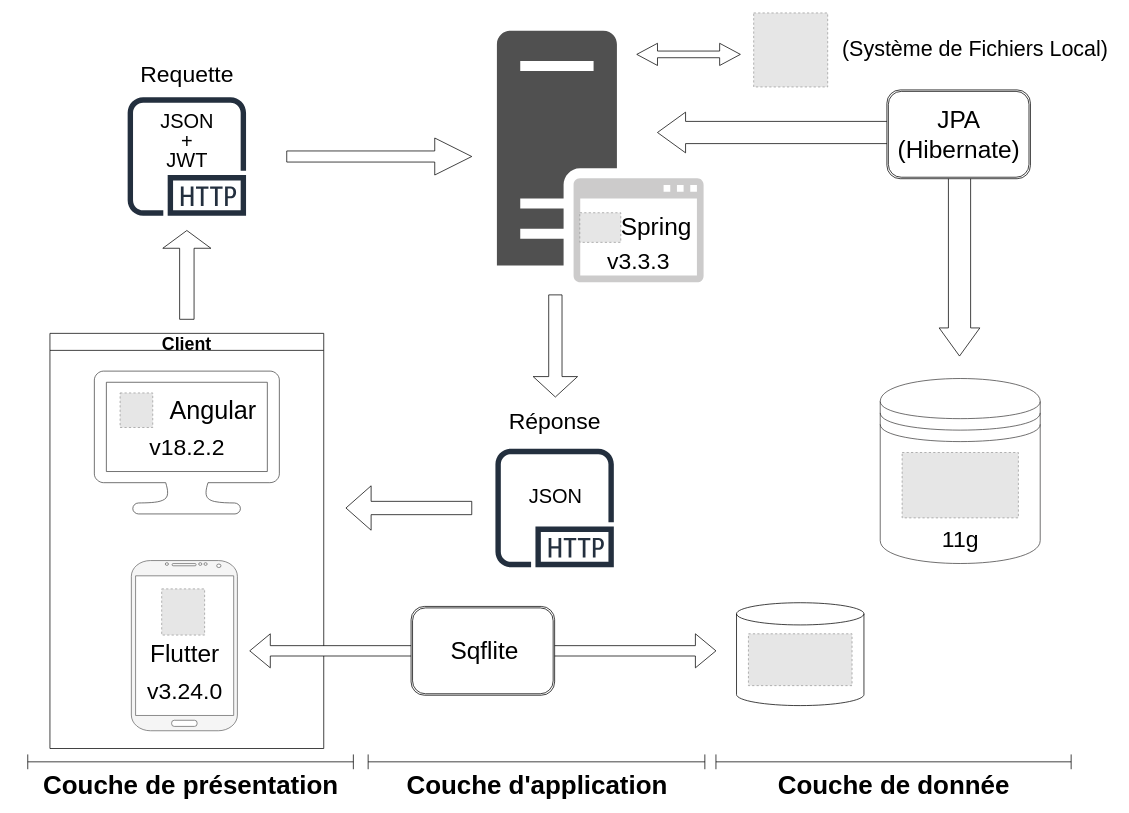
This is Architecture.drawio from w41k4z/vote-sync, a draw.io file, before an edit. Source tidied: cells renumbered, new cells numbered last; positions are measured from the earlier drawing's top-left corner, leaving out a move shared by most shapes. Both pictures are drawn from the tidied source at 74%, with x=0, y=0 at pixel (27, 13). Pictures stored in the file or linked from it are replaced by grey dashed boxes.
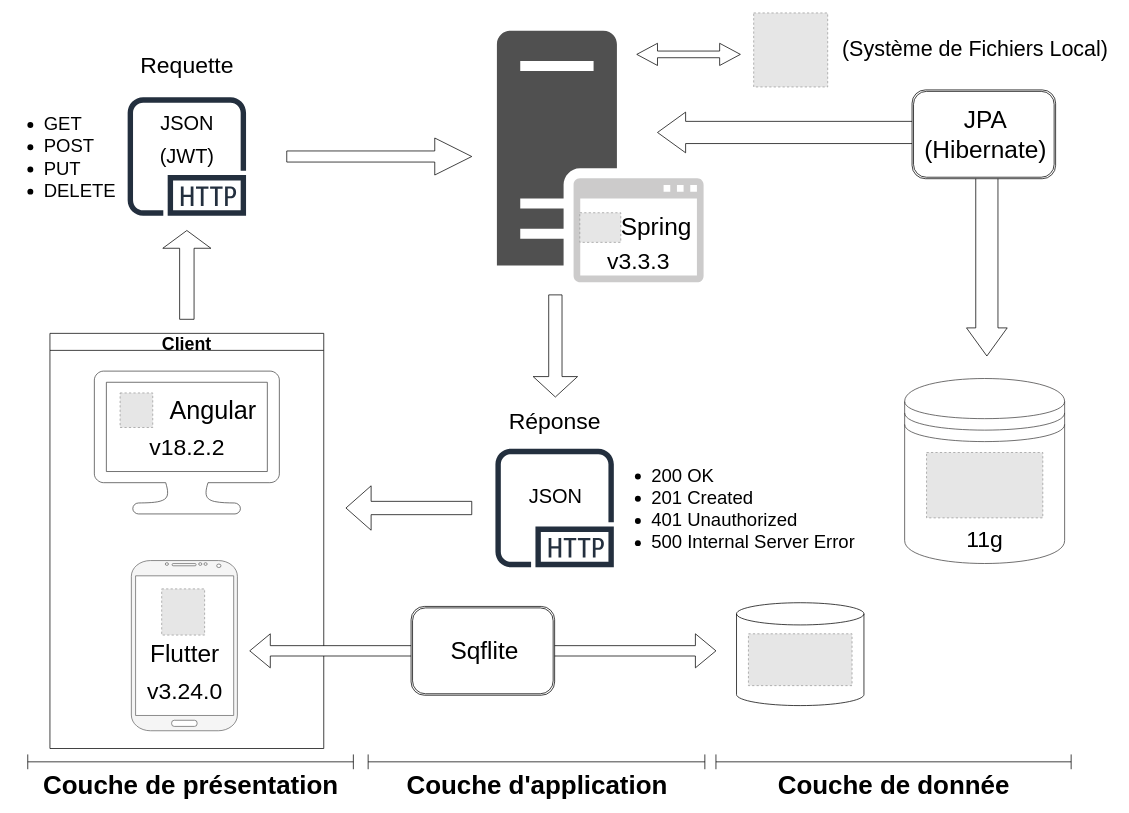
The same page after the edit.

Commit message:
Mettre à jour Architecture.drawio

The edit, as a diff of the source:
```diff
@@
     <mxCell id="2" style="group;strokeWidth=3;" parent="1" vertex="1">
-      <mxGeometry x="1152" y="494" width="216.2" height="250" as="geometry" />
+      <mxGeometry x="1185" y="494" width="216.2" height="250" as="geometry" />
     </mxCell>
@@
     <mxCell id="7" style="group;" parent="1" vertex="1">
-      <mxGeometry x="634" y="24" width="836" height="505.7" as="geometry" />
+      <mxGeometry x="634" y="24" width="836" height="511.1" as="geometry" />
     </mxCell>
@@
     <mxCell id="13" style="html=1;shadow=0;dashed=0;align=center;verticalAlign=middle;shape=mxgraph.arrows2.bendDoubleArrow;dy=15;dx=38;arrowHead=55;rounded=1;rotation=90;" parent="7" vertex="1">
-      <mxGeometry x="270" y="57" width="329.6" height="435.7" as="geometry" />
+      <mxGeometry x="288.5" y="38.5" width="329.6" height="472.6" as="geometry" />
     </mxCell>
@@
     <mxCell id="15" style="shape=ext;double=1;rounded=1;whiteSpace=wrap;html=1;" parent="7" vertex="1">
-      <mxGeometry x="527" y="80" width="194" height="120" as="geometry" />
+      <mxGeometry x="561" y="80" width="194" height="120" as="geometry" />
     </mxCell>
     <mxCell id="16" value="&lt;font style=&quot;font-size: 33px;&quot;&gt;JPA&lt;/font&gt;&lt;div style=&quot;font-size: 33px;&quot;&gt;&lt;font style=&quot;font-size: 33px;&quot;&gt;(Hibernate)&lt;/font&gt;&lt;/div&gt;" style="text;html=1;align=center;verticalAlign=middle;strokeColor=none;fillColor=none;" parent="7" vertex="1">
-      <mxGeometry x="529" y="95" width="190" height="90" as="geometry" />
+      <mxGeometry x="565" y="95" width="190" height="90" as="geometry" />
     </mxCell>
@@
     <mxCell id="33" value="&lt;font style=&quot;font-size: 31px;&quot;&gt;Requette&lt;/font&gt;" style="text;html=1;align=center;verticalAlign=middle;strokeColor=none;fillColor=none;" parent="1" vertex="1">
-      <mxGeometry x="140" y="58" width="150" height="50" as="geometry" />
+      <mxGeometry x="140" y="46" width="150" height="50" as="geometry" />
     </mxCell>
@@
     <mxCell id="37" value="&lt;font style=&quot;font-size: 27px;&quot;&gt;JSON&lt;/font&gt;" style="text;html=1;align=center;verticalAlign=middle;strokeColor=none;fillColor=none;" parent="1" vertex="1">
-      <mxGeometry x="165" y="122" width="100" height="50" as="geometry" />
+      <mxGeometry x="165" y="125" width="100" height="50" as="geometry" />
     </mxCell>
-    <mxCell id="38" value="&lt;font style=&quot;font-size: 27px;&quot;&gt;JWT&lt;/font&gt;" style="text;html=1;align=center;verticalAlign=middle;strokeColor=none;fillColor=none;" parent="1" vertex="1">
-      <mxGeometry x="175" y="174" width="80" height="50" as="geometry" />
+    <mxCell id="38" value="&lt;font style=&quot;font-size: 27px;&quot;&gt;(JWT)&lt;/font&gt;" style="text;html=1;align=center;verticalAlign=middle;strokeColor=none;fillColor=none;" parent="1" vertex="1">
+      <mxGeometry x="165" y="169" width="100" height="50" as="geometry" />
     </mxCell>
-    <mxCell id="39" value="&lt;font style=&quot;font-size: 27px;&quot;&gt;+&lt;/font&gt;" style="text;html=1;align=center;verticalAlign=middle;strokeColor=none;fillColor=none;" parent="1" vertex="1">
-      <mxGeometry x="195" y="149" width="40" height="50" as="geometry" />
-    </mxCell>
@@
+    <mxCell id="53" value="&lt;ul style=&quot;font-size: 25px;&quot;&gt;&lt;li style=&quot;font-size: 25px;&quot;&gt;200 OK&lt;/li&gt;&lt;li style=&quot;font-size: 25px;&quot;&gt;201 Created&lt;/li&gt;&lt;li style=&quot;font-size: 25px;&quot;&gt;401 Unauthorized&lt;/li&gt;&lt;li style=&quot;font-size: 25px;&quot;&gt;500 Internal Server Error&lt;/li&gt;&lt;/ul&gt;" style="text;strokeColor=none;fillColor=none;html=1;whiteSpace=wrap;verticalAlign=middle;overflow=hidden;fontSize=25;" parent="1" vertex="1">
+      <mxGeometry x="801" y="579" width="368" height="180" as="geometry" />
+    </mxCell>
+    <mxCell id="54" value="&lt;ul style=&quot;font-size: 25px;&quot;&gt;&lt;li style=&quot;font-size: 25px;&quot;&gt;GET&lt;/li&gt;&lt;li style=&quot;font-size: 25px;&quot;&gt;POST&lt;/li&gt;&lt;li style=&quot;font-size: 25px;&quot;&gt;PUT&lt;/li&gt;&lt;li style=&quot;font-size: 25px;&quot;&gt;DELETE&lt;/li&gt;&lt;/ul&gt;" style="text;strokeColor=none;fillColor=none;html=1;whiteSpace=wrap;verticalAlign=middle;overflow=hidden;fontSize=25;" parent="1" vertex="1">
+      <mxGeometry x="-20" y="104" width="153" height="180" as="geometry" />
+    </mxCell>
```
